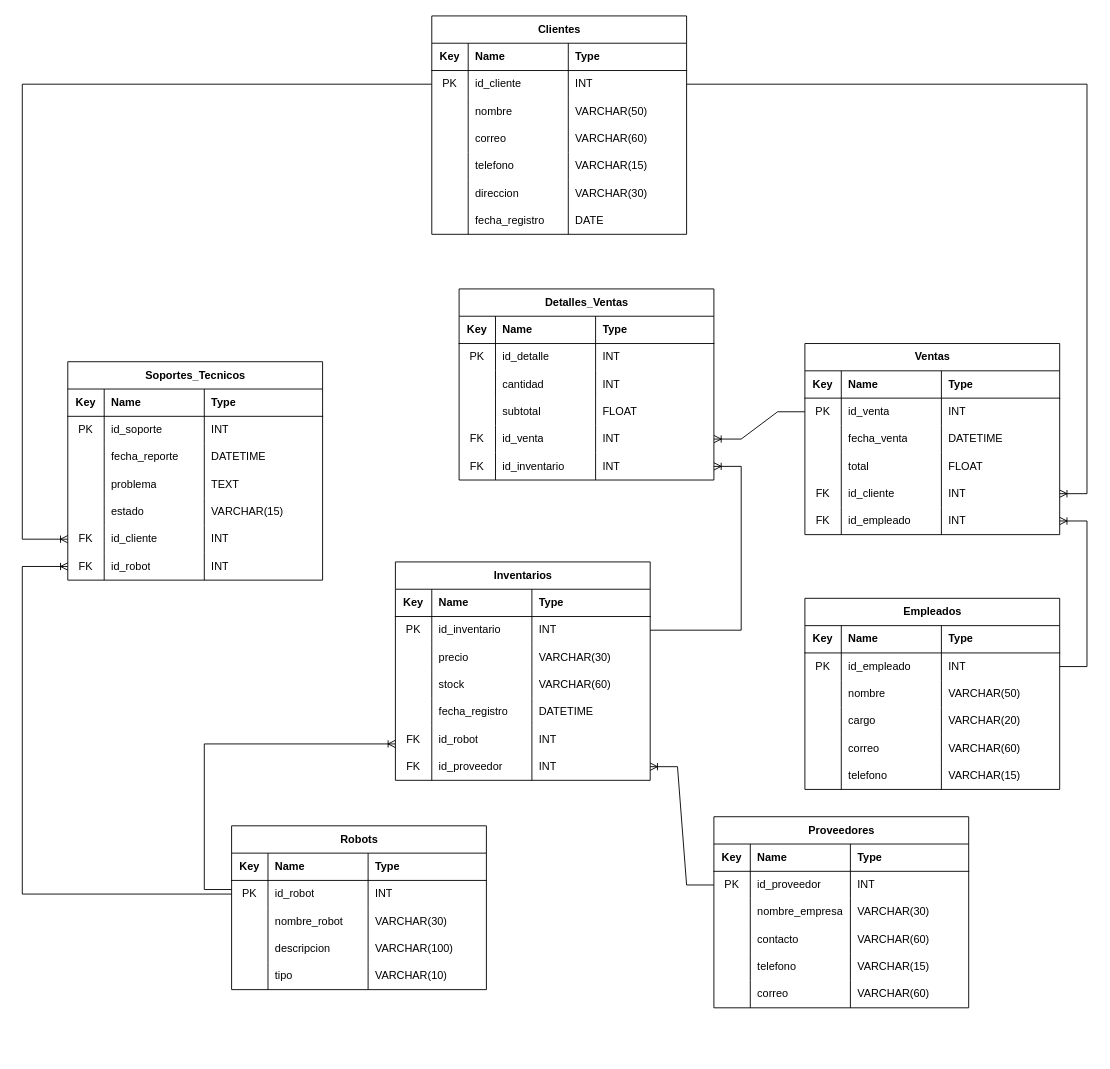
The draw.io diagram Docs/Entidad-Relacion.drawio in ochuxx/unicafam-robots-store, before the edit. Source tidied: cells renumbered, new cells numbered last; positions are measured from the earlier drawing's top-left corner, leaving out a move shared by most shapes. Both pictures are drawn from the tidied source at 91%, with x=0, y=0 at pixel (22, 15).
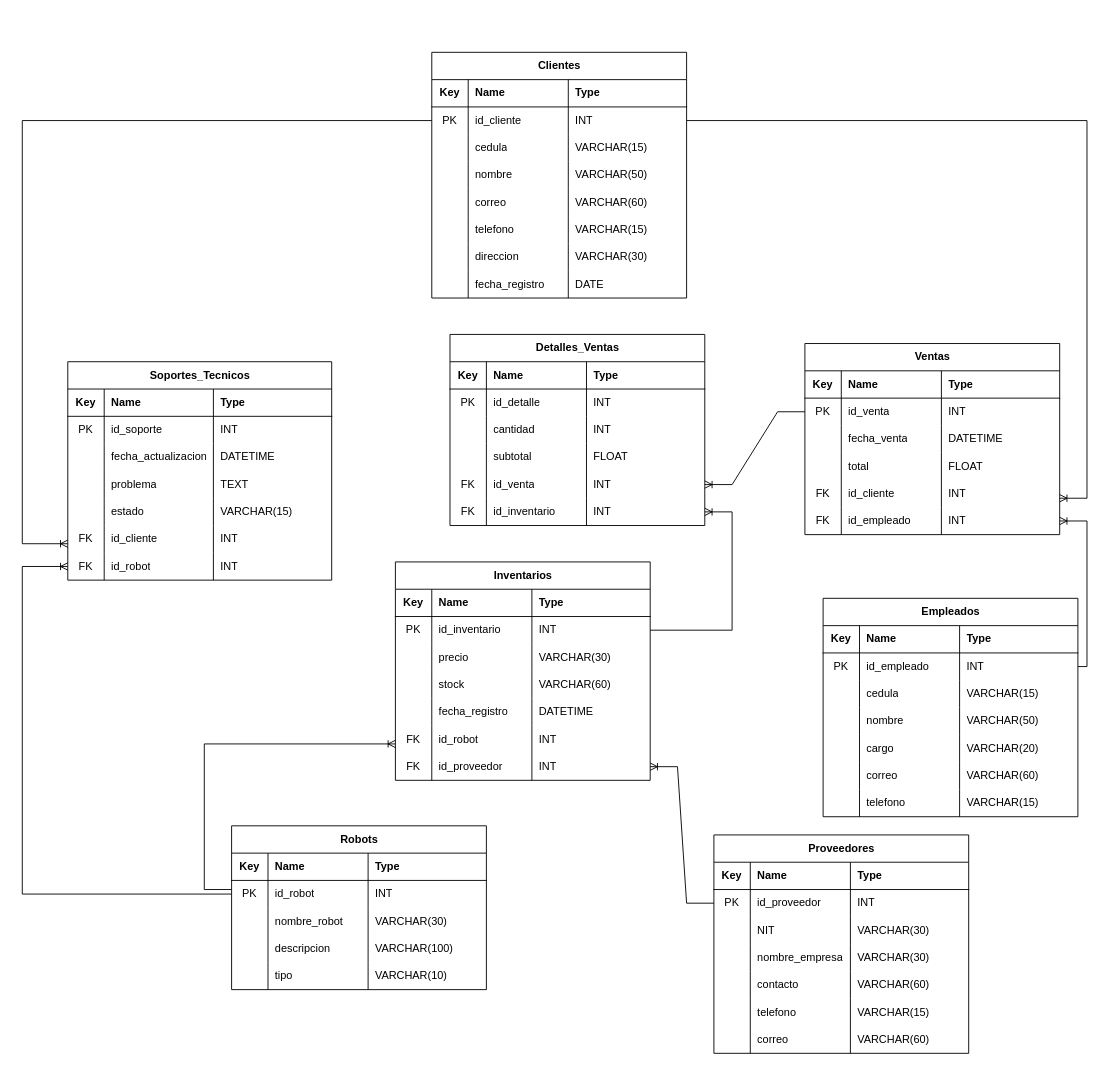
The same diagram, later.

Unchanged cells that the change refers to:
```xml
<mxCell id="7" style="shape=tableRow;horizontal=0;startSize=0;swimlaneHead=0;swimlaneBody=0;fillColor=none;points=[[0,0.5],[1,0.5]];portConstraint=eastwest;top=0;left=0;right=0;bottom=0;" parent="2" vertex="1">
  <mxGeometry y="60" width="280" height="30" as="geometry" />
</mxCell>
<mxCell id="111" style="shape=tableRow;horizontal=0;startSize=0;swimlaneHead=0;swimlaneBody=0;fillColor=none;points=[[0,0.5],[1,0.5]];portConstraint=eastwest;top=0;left=0;right=0;bottom=0;" parent="106" vertex="1">
  <mxGeometry y="60" width="280" height="30" as="geometry" />
</mxCell>
<mxCell id="148" style="shape=tableRow;horizontal=0;startSize=0;swimlaneHead=0;swimlaneBody=0;fillColor=none;points=[[0,0.5],[1,0.5]];portConstraint=eastwest;top=0;left=0;right=0;bottom=0;" parent="131" vertex="1">
  <mxGeometry y="150" width="280" height="30" as="geometry" />
</mxCell>
<mxCell id="152" style="shape=tableRow;horizontal=0;startSize=0;swimlaneHead=0;swimlaneBody=0;fillColor=none;points=[[0,0.5],[1,0.5]];portConstraint=eastwest;top=0;left=0;right=0;bottom=0;" parent="131" vertex="1">
  <mxGeometry y="180" width="280" height="30" as="geometry" />
</mxCell>
```

Change to the diagram source:
```diff
@@
     <mxCell id="2" value="Clientes" style="shape=table;startSize=30;childLayout=tableLayout;rowLines=0;fontStyle=1;align=center;html=1;" parent="1" vertex="1">
-      <mxGeometry x="450" width="280" height="240" as="geometry" />
+      <mxGeometry x="450" y="40" width="280" height="270" as="geometry" />
     </mxCell>
@@
+    <mxCell id="218" style="shape=tableRow;horizontal=0;startSize=0;swimlaneHead=0;swimlaneBody=0;fillColor=none;top=0;left=0;right=0;bottom=0;" parent="2" vertex="1">
+      <mxGeometry y="90" width="280" height="30" as="geometry" />
+    </mxCell>
+    <mxCell id="219" style="shape=partialRectangle;fillColor=none;top=0;left=0;bottom=0;right=0;overflow=hidden;whiteSpace=wrap;html=1;" parent="218" vertex="1">
+      <mxGeometry width="40" height="30" as="geometry" />
+    </mxCell>
+    <mxCell id="220" value="cedula" style="shape=partialRectangle;fillColor=none;top=0;left=0;bottom=0;right=0;align=left;spacingLeft=6;overflow=hidden;whiteSpace=wrap;html=1;" parent="218" vertex="1">
+      <mxGeometry x="40" width="110" height="30" as="geometry" />
+    </mxCell>
+    <mxCell id="221" value="VARCHAR(15)" style="shape=partialRectangle;fillColor=none;top=0;left=0;bottom=0;right=0;align=left;spacingLeft=6;overflow=hidden;whiteSpace=wrap;html=1;" parent="218" vertex="1">
+      <mxGeometry x="150" width="130" height="30" as="geometry" />
+    </mxCell>
     <mxCell id="11" style="shape=tableRow;horizontal=0;startSize=0;swimlaneHead=0;swimlaneBody=0;fillColor=none;top=0;left=0;right=0;bottom=0;" parent="2" vertex="1">
-      <mxGeometry y="90" width="280" height="30" as="geometry" />
+      <mxGeometry y="120" width="280" height="30" as="geometry" />
     </mxCell>
@@
     <mxCell id="15" style="shape=tableRow;horizontal=0;startSize=0;swimlaneHead=0;swimlaneBody=0;fillColor=none;top=0;left=0;right=0;bottom=0;" parent="2" vertex="1">
-      <mxGeometry y="120" width="280" height="30" as="geometry" />
+      <mxGeometry y="150" width="280" height="30" as="geometry" />
     </mxCell>
@@
     <mxCell id="19" style="shape=tableRow;horizontal=0;startSize=0;swimlaneHead=0;swimlaneBody=0;fillColor=none;top=0;left=0;right=0;bottom=0;" parent="2" vertex="1">
-      <mxGeometry y="150" width="280" height="30" as="geometry" />
+      <mxGeometry y="180" width="280" height="30" as="geometry" />
     </mxCell>
@@
     <mxCell id="23" style="shape=tableRow;horizontal=0;startSize=0;swimlaneHead=0;swimlaneBody=0;fillColor=none;top=0;left=0;right=0;bottom=0;" parent="2" vertex="1">
-      <mxGeometry y="180" width="280" height="30" as="geometry" />
+      <mxGeometry y="210" width="280" height="30" as="geometry" />
     </mxCell>
@@
     <mxCell id="27" style="shape=tableRow;horizontal=0;startSize=0;swimlaneHead=0;swimlaneBody=0;fillColor=none;top=0;left=0;right=0;bottom=0;" parent="2" vertex="1">
-      <mxGeometry y="210" width="280" height="30" as="geometry" />
+      <mxGeometry y="240" width="280" height="30" as="geometry" />
     </mxCell>
@@
     <mxCell id="31" value="Proveedores" style="shape=table;startSize=30;childLayout=tableLayout;rowLines=0;fontStyle=1;align=center;html=1;" parent="1" vertex="1">
-      <mxGeometry x="760" y="880" width="280" height="210" as="geometry" />
+      <mxGeometry x="760" y="900" width="280" height="240" as="geometry" />
     </mxCell>
@@
+    <mxCell id="222" style="shape=tableRow;horizontal=0;startSize=0;swimlaneHead=0;swimlaneBody=0;fillColor=none;top=0;left=0;right=0;bottom=0;" parent="31" vertex="1">
+      <mxGeometry y="90" width="280" height="30" as="geometry" />
+    </mxCell>
+    <mxCell id="223" style="shape=partialRectangle;fillColor=none;top=0;left=0;bottom=0;right=0;overflow=hidden;whiteSpace=wrap;html=1;" parent="222" vertex="1">
+      <mxGeometry width="40" height="30" as="geometry" />
+    </mxCell>
+    <mxCell id="224" value="NIT" style="shape=partialRectangle;fillColor=none;top=0;left=0;bottom=0;right=0;align=left;spacingLeft=6;overflow=hidden;whiteSpace=wrap;html=1;" parent="222" vertex="1">
+      <mxGeometry x="40" width="110" height="30" as="geometry" />
+    </mxCell>
+    <mxCell id="225" value="VARCHAR(30)" style="shape=partialRectangle;fillColor=none;top=0;left=0;bottom=0;right=0;align=left;spacingLeft=6;overflow=hidden;whiteSpace=wrap;html=1;" parent="222" vertex="1">
+      <mxGeometry x="150" width="130" height="30" as="geometry" />
+    </mxCell>
     <mxCell id="40" style="shape=tableRow;horizontal=0;startSize=0;swimlaneHead=0;swimlaneBody=0;fillColor=none;top=0;left=0;right=0;bottom=0;" parent="31" vertex="1">
-      <mxGeometry y="90" width="280" height="30" as="geometry" />
+      <mxGeometry y="120" width="280" height="30" as="geometry" />
     </mxCell>
@@
     <mxCell id="44" style="shape=tableRow;horizontal=0;startSize=0;swimlaneHead=0;swimlaneBody=0;fillColor=none;top=0;left=0;right=0;bottom=0;" parent="31" vertex="1">
-      <mxGeometry y="120" width="280" height="30" as="geometry" />
+      <mxGeometry y="150" width="280" height="30" as="geometry" />
     </mxCell>
@@
     <mxCell id="48" style="shape=tableRow;horizontal=0;startSize=0;swimlaneHead=0;swimlaneBody=0;fillColor=none;top=0;left=0;right=0;bottom=0;" parent="31" vertex="1">
-      <mxGeometry y="150" width="280" height="30" as="geometry" />
+      <mxGeometry y="180" width="280" height="30" as="geometry" />
     </mxCell>
@@
     <mxCell id="52" style="shape=tableRow;horizontal=0;startSize=0;swimlaneHead=0;swimlaneBody=0;fillColor=none;top=0;left=0;right=0;bottom=0;" parent="31" vertex="1">
-      <mxGeometry y="180" width="280" height="30" as="geometry" />
+      <mxGeometry y="210" width="280" height="30" as="geometry" />
     </mxCell>
@@
     <mxCell id="106" value="Empleados" style="shape=table;startSize=30;childLayout=tableLayout;rowLines=0;fontStyle=1;align=center;html=1;" parent="1" vertex="1">
-      <mxGeometry x="860" y="640" width="280" height="210" as="geometry" />
+      <mxGeometry x="880" y="640" width="280" height="240" as="geometry" />
     </mxCell>
@@
+    <mxCell id="226" style="shape=tableRow;horizontal=0;startSize=0;swimlaneHead=0;swimlaneBody=0;fillColor=none;top=0;left=0;right=0;bottom=0;" parent="106" vertex="1">
+      <mxGeometry y="90" width="280" height="30" as="geometry" />
+    </mxCell>
+    <mxCell id="227" style="shape=partialRectangle;fillColor=none;top=0;left=0;bottom=0;right=0;overflow=hidden;whiteSpace=wrap;html=1;" parent="226" vertex="1">
+      <mxGeometry width="40" height="30" as="geometry" />
+    </mxCell>
+    <mxCell id="228" value="cedula" style="shape=partialRectangle;fillColor=none;top=0;left=0;bottom=0;right=0;align=left;spacingLeft=6;overflow=hidden;whiteSpace=wrap;html=1;" parent="226" vertex="1">
+      <mxGeometry x="40" width="110" height="30" as="geometry" />
+    </mxCell>
+    <mxCell id="229" value="VARCHAR(15)" style="shape=partialRectangle;fillColor=none;top=0;left=0;bottom=0;right=0;align=left;spacingLeft=6;overflow=hidden;whiteSpace=wrap;html=1;" parent="226" vertex="1">
+      <mxGeometry x="150" width="130" height="30" as="geometry" />
+    </mxCell>
     <mxCell id="115" style="shape=tableRow;horizontal=0;startSize=0;swimlaneHead=0;swimlaneBody=0;fillColor=none;top=0;left=0;right=0;bottom=0;" parent="106" vertex="1">
-      <mxGeometry y="90" width="280" height="30" as="geometry" />
+      <mxGeometry y="120" width="280" height="30" as="geometry" />
     </mxCell>
@@
     <mxCell id="119" style="shape=tableRow;horizontal=0;startSize=0;swimlaneHead=0;swimlaneBody=0;fillColor=none;top=0;left=0;right=0;bottom=0;" parent="106" vertex="1">
-      <mxGeometry y="120" width="280" height="30" as="geometry" />
+      <mxGeometry y="150" width="280" height="30" as="geometry" />
     </mxCell>
@@
     <mxCell id="123" style="shape=tableRow;horizontal=0;startSize=0;swimlaneHead=0;swimlaneBody=0;fillColor=none;top=0;left=0;right=0;bottom=0;" parent="106" vertex="1">
-      <mxGeometry y="150" width="280" height="30" as="geometry" />
+      <mxGeometry y="180" width="280" height="30" as="geometry" />
     </mxCell>
@@
     <mxCell id="127" style="shape=tableRow;horizontal=0;startSize=0;swimlaneHead=0;swimlaneBody=0;fillColor=none;top=0;left=0;right=0;bottom=0;" parent="106" vertex="1">
-      <mxGeometry y="180" width="280" height="30" as="geometry" />
+      <mxGeometry y="210" width="280" height="30" as="geometry" />
     </mxCell>
@@
     <mxCell id="156" value="Detalles_Ventas" style="shape=table;startSize=30;childLayout=tableLayout;rowLines=0;fontStyle=1;align=center;html=1;" parent="1" vertex="1">
-      <mxGeometry x="480" y="300" width="280" height="210" as="geometry" />
+      <mxGeometry x="470" y="350" width="280" height="210" as="geometry" />
     </mxCell>
@@
     <mxCell id="181" value="Soportes_Tecnicos" style="shape=table;startSize=30;childLayout=tableLayout;rowLines=0;fontStyle=1;align=center;html=1;" parent="1" vertex="1">
-      <mxGeometry x="50" y="380" width="280" height="240" as="geometry" />
+      <mxGeometry x="50" y="380" width="290" height="240" as="geometry" />
     </mxCell>
     <mxCell id="182" style="shape=tableRow;horizontal=0;startSize=0;swimlaneHead=0;swimlaneBody=0;fillColor=none;top=0;left=0;right=0;bottom=1;" parent="181" vertex="1">
-      <mxGeometry y="30" width="280" height="30" as="geometry" />
+      <mxGeometry y="30" width="290" height="30" as="geometry" />
     </mxCell>
@@
     <mxCell id="184" value="Name" style="shape=partialRectangle;fillColor=none;top=0;left=0;bottom=0;right=0;align=left;spacingLeft=6;fontStyle=1;overflow=hidden;whiteSpace=wrap;html=1;" parent="182" vertex="1">
-      <mxGeometry x="40" width="110" height="30" as="geometry" />
+      <mxGeometry x="40" width="120" height="30" as="geometry" />
     </mxCell>
     <mxCell id="185" value="Type" style="shape=partialRectangle;fillColor=none;top=0;left=0;bottom=0;right=0;align=left;spacingLeft=6;fontStyle=1;overflow=hidden;whiteSpace=wrap;html=1;" parent="182" vertex="1">
-      <mxGeometry x="150" width="130" height="30" as="geometry" />
+      <mxGeometry x="160" width="130" height="30" as="geometry" />
     </mxCell>
     <mxCell id="186" style="shape=tableRow;horizontal=0;startSize=0;swimlaneHead=0;swimlaneBody=0;fillColor=none;top=0;left=0;right=0;bottom=0;" parent="181" vertex="1">
-      <mxGeometry y="60" width="280" height="30" as="geometry" />
+      <mxGeometry y="60" width="290" height="30" as="geometry" />
     </mxCell>
@@
     <mxCell id="188" value="id_soporte" style="shape=partialRectangle;fillColor=none;top=0;left=0;bottom=0;right=0;align=left;spacingLeft=6;overflow=hidden;whiteSpace=wrap;html=1;" parent="186" vertex="1">
-      <mxGeometry x="40" width="110" height="30" as="geometry" />
+      <mxGeometry x="40" width="120" height="30" as="geometry" />
     </mxCell>
     <mxCell id="189" value="INT" style="shape=partialRectangle;fillColor=none;top=0;left=0;bottom=0;right=0;align=left;spacingLeft=6;overflow=hidden;whiteSpace=wrap;html=1;" parent="186" vertex="1">
-      <mxGeometry x="150" width="130" height="30" as="geometry" />
+      <mxGeometry x="160" width="130" height="30" as="geometry" />
     </mxCell>
     <mxCell id="190" style="shape=tableRow;horizontal=0;startSize=0;swimlaneHead=0;swimlaneBody=0;fillColor=none;top=0;left=0;right=0;bottom=0;" parent="181" vertex="1">
-      <mxGeometry y="90" width="280" height="30" as="geometry" />
+      <mxGeometry y="90" width="290" height="30" as="geometry" />
     </mxCell>
@@
-    <mxCell id="192" value="fecha_reporte" style="shape=partialRectangle;fillColor=none;top=0;left=0;bottom=0;right=0;align=left;spacingLeft=6;overflow=hidden;whiteSpace=wrap;html=1;" parent="190" vertex="1">
-      <mxGeometry x="40" width="110" height="30" as="geometry" />
+    <mxCell id="192" value="fecha_actualizacion" style="shape=partialRectangle;fillColor=none;top=0;left=0;bottom=0;right=0;align=left;spacingLeft=6;overflow=hidden;whiteSpace=wrap;html=1;" parent="190" vertex="1">
+      <mxGeometry x="40" width="120" height="30" as="geometry" />
     </mxCell>
     <mxCell id="193" value="DATETIME" style="shape=partialRectangle;fillColor=none;top=0;left=0;bottom=0;right=0;align=left;spacingLeft=6;overflow=hidden;whiteSpace=wrap;html=1;" parent="190" vertex="1">
-      <mxGeometry x="150" width="130" height="30" as="geometry" />
+      <mxGeometry x="160" width="130" height="30" as="geometry" />
     </mxCell>
     <mxCell id="194" style="shape=tableRow;horizontal=0;startSize=0;swimlaneHead=0;swimlaneBody=0;fillColor=none;top=0;left=0;right=0;bottom=0;" parent="181" vertex="1">
-      <mxGeometry y="120" width="280" height="30" as="geometry" />
+      <mxGeometry y="120" width="290" height="30" as="geometry" />
     </mxCell>
@@
     <mxCell id="196" value="problema" style="shape=partialRectangle;fillColor=none;top=0;left=0;bottom=0;right=0;align=left;spacingLeft=6;overflow=hidden;whiteSpace=wrap;html=1;" parent="194" vertex="1">
-      <mxGeometry x="40" width="110" height="30" as="geometry" />
+      <mxGeometry x="40" width="120" height="30" as="geometry" />
     </mxCell>
     <mxCell id="197" value="TEXT" style="shape=partialRectangle;fillColor=none;top=0;left=0;bottom=0;right=0;align=left;spacingLeft=6;overflow=hidden;whiteSpace=wrap;html=1;" parent="194" vertex="1">
-      <mxGeometry x="150" width="130" height="30" as="geometry" />
+      <mxGeometry x="160" width="130" height="30" as="geometry" />
     </mxCell>
     <mxCell id="198" style="shape=tableRow;horizontal=0;startSize=0;swimlaneHead=0;swimlaneBody=0;fillColor=none;top=0;left=0;right=0;bottom=0;" parent="181" vertex="1">
-      <mxGeometry y="150" width="280" height="30" as="geometry" />
+      <mxGeometry y="150" width="290" height="30" as="geometry" />
     </mxCell>
@@
     <mxCell id="200" value="estado" style="shape=partialRectangle;fillColor=none;top=0;left=0;bottom=0;right=0;align=left;spacingLeft=6;overflow=hidden;whiteSpace=wrap;html=1;" parent="198" vertex="1">
-      <mxGeometry x="40" width="110" height="30" as="geometry" />
+      <mxGeometry x="40" width="120" height="30" as="geometry" />
     </mxCell>
     <mxCell id="201" value="VARCHAR(15)" style="shape=partialRectangle;fillColor=none;top=0;left=0;bottom=0;right=0;align=left;spacingLeft=6;overflow=hidden;whiteSpace=wrap;html=1;" parent="198" vertex="1">
-      <mxGeometry x="150" width="130" height="30" as="geometry" />
+      <mxGeometry x="160" width="130" height="30" as="geometry" />
     </mxCell>
     <mxCell id="202" style="shape=tableRow;horizontal=0;startSize=0;swimlaneHead=0;swimlaneBody=0;fillColor=none;points=[[0,0.5],[1,0.5]];portConstraint=eastwest;top=0;left=0;right=0;bottom=0;" parent="181" vertex="1">
-      <mxGeometry y="180" width="280" height="30" as="geometry" />
+      <mxGeometry y="180" width="290" height="30" as="geometry" />
     </mxCell>
@@
     <mxCell id="204" value="id_cliente" style="shape=partialRectangle;fillColor=none;top=0;left=0;bottom=0;right=0;align=left;spacingLeft=6;overflow=hidden;whiteSpace=wrap;html=1;" parent="202" vertex="1">
-      <mxGeometry x="40" width="110" height="30" as="geometry" />
+      <mxGeometry x="40" width="120" height="30" as="geometry" />
     </mxCell>
     <mxCell id="205" value="INT" style="shape=partialRectangle;fillColor=none;top=0;left=0;bottom=0;right=0;align=left;spacingLeft=6;overflow=hidden;whiteSpace=wrap;html=1;" parent="202" vertex="1">
-      <mxGeometry x="150" width="130" height="30" as="geometry" />
+      <mxGeometry x="160" width="130" height="30" as="geometry" />
     </mxCell>
     <mxCell id="206" style="shape=tableRow;horizontal=0;startSize=0;swimlaneHead=0;swimlaneBody=0;fillColor=none;points=[[0,0.5],[1,0.5]];portConstraint=eastwest;top=0;left=0;right=0;bottom=0;" parent="181" vertex="1">
-      <mxGeometry y="210" width="280" height="30" as="geometry" />
+      <mxGeometry y="210" width="290" height="30" as="geometry" />
     </mxCell>
@@
     <mxCell id="208" value="id_robot" style="shape=partialRectangle;fillColor=none;top=0;left=0;bottom=0;right=0;align=left;spacingLeft=6;overflow=hidden;whiteSpace=wrap;html=1;" parent="206" vertex="1">
-      <mxGeometry x="40" width="110" height="30" as="geometry" />
+      <mxGeometry x="40" width="120" height="30" as="geometry" />
     </mxCell>
     <mxCell id="209" value="INT" style="shape=partialRectangle;fillColor=none;top=0;left=0;bottom=0;right=0;align=left;spacingLeft=6;overflow=hidden;whiteSpace=wrap;html=1;" parent="206" vertex="1">
-      <mxGeometry x="150" width="130" height="30" as="geometry" />
+      <mxGeometry x="160" width="130" height="30" as="geometry" />
     </mxCell>
     <mxCell id="210" style="edgeStyle=orthogonalEdgeStyle;fontSize=12;html=1;endArrow=ERoneToMany;rounded=0;" parent="1" edge="1" source="7" target="148">
       <mxGeometry relative="1" as="geometry">
         <Array as="points">
-          <mxPoint x="1170" y="75" />
-          <mxPoint x="1170" y="525" />
+          <mxPoint x="1170" y="115" />
+          <mxPoint x="1170" y="530" />
         </Array>
       </mxGeometry>
     </mxCell>
-    <mxCell id="211" style="edgeStyle=entityRelationEdgeStyle;fontSize=12;html=1;endArrow=ERoneToMany;rounded=0;" parent="1" edge="1" source="111" target="152">
-      <mxGeometry relative="1" as="geometry" />
+    <mxCell id="211" style="edgeStyle=orthogonalEdgeStyle;fontSize=12;html=1;endArrow=ERoneToMany;rounded=0;" parent="1" edge="1" source="111" target="152">
+      <mxGeometry relative="1" as="geometry">
+        <Array as="points">
+          <mxPoint x="1170" y="715" />
+          <mxPoint x="1170" y="555" />
+        </Array>
+      </mxGeometry>
     </mxCell>
@@
     <mxCell id="216" style="edgeStyle=orthogonalEdgeStyle;fontSize=12;html=1;endArrow=ERoneToMany;rounded=0;" parent="1" edge="1" source="7" target="202">
       <mxGeometry relative="1" as="geometry">
         <Array as="points">
-          <mxPoint y="75" />
-          <mxPoint y="575" />
+          <mxPoint y="115" />
+          <mxPoint y="580" />
         </Array>
       </mxGeometry>
     </mxCell>
```
